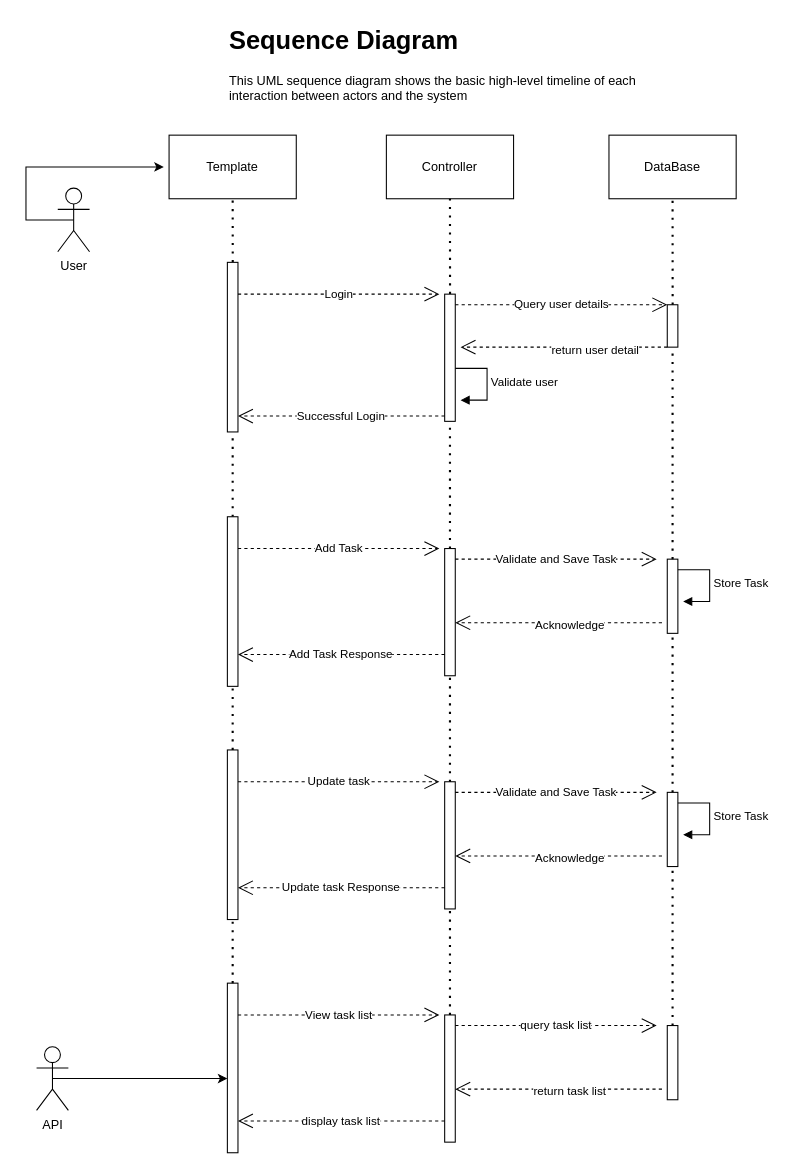
Earlier version of the draw.io diagram page "Sequence" (2 of 4) of TaskManager/Task_Manager.drawio (GwinzTV/SoftwareDesign). Source tidied: cells renumbered, new cells numbered last; positions are measured from the earlier drawing's top-left corner, leaving out a move shared by most shapes. Both pictures are drawn from the tidied source at 106%, with x=0, y=0 at pixel (25, 18).
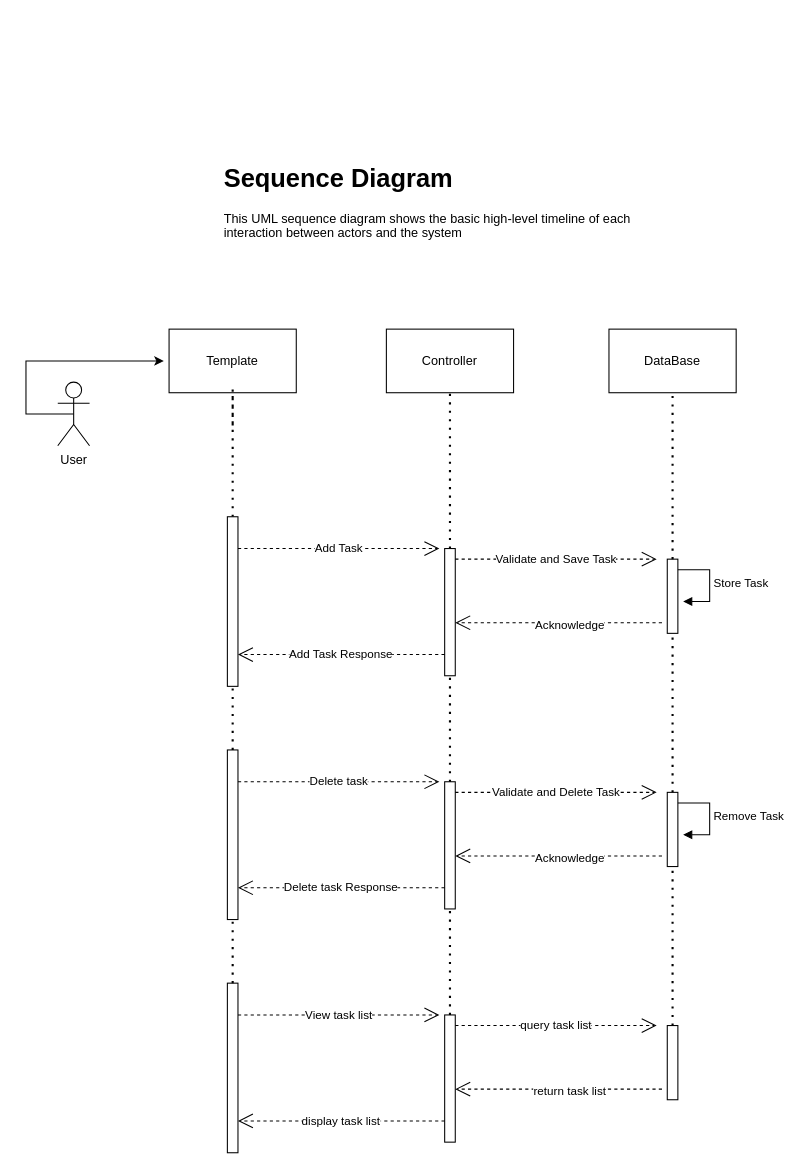
After the change.

The change refers to these unchanged cells:
```xml
<mxCell id="21" style="html=1;points=[[0,0,0,0,5],[0,1,0,0,-5],[1,0,0,0,5],[1,1,0,0,-5]];perimeter=orthogonalPerimeter;outlineConnect=0;targetShapes=umlLifeline;portConstraint=eastwest;newEdgeStyle={&quot;curved&quot;:0,&quot;rounded&quot;:0};" parent="1" vertex="1">
  <mxGeometry x="190" y="470" width="10" height="160" as="geometry" />
</mxCell>
<mxCell id="23" style="html=1;points=[[0,0,0,0,5],[0,1,0,0,-5],[1,0,0,0,5],[1,1,0,0,-5]];perimeter=orthogonalPerimeter;outlineConnect=0;targetShapes=umlLifeline;portConstraint=eastwest;newEdgeStyle={&quot;curved&quot;:0,&quot;rounded&quot;:0};" parent="1" vertex="1">
  <mxGeometry x="395" y="500" width="10" height="120" as="geometry" />
</mxCell>
<mxCell id="25" style="html=1;points=[[0,0,0,0,5],[0,1,0,0,-5],[1,0,0,0,5],[1,1,0,0,-5]];perimeter=orthogonalPerimeter;outlineConnect=0;targetShapes=umlLifeline;portConstraint=eastwest;newEdgeStyle={&quot;curved&quot;:0,&quot;rounded&quot;:0};" parent="1" vertex="1">
  <mxGeometry x="605" y="510" width="10" height="70" as="geometry" />
</mxCell>
<mxCell id="32" style="html=1;points=[[0,0,0,0,5],[0,1,0,0,-5],[1,0,0,0,5],[1,1,0,0,-5]];perimeter=orthogonalPerimeter;outlineConnect=0;targetShapes=umlLifeline;portConstraint=eastwest;newEdgeStyle={&quot;curved&quot;:0,&quot;rounded&quot;:0};" parent="1" vertex="1">
  <mxGeometry x="190" y="690" width="10" height="160" as="geometry" />
</mxCell>
<mxCell id="44" style="html=1;points=[[0,0,0,0,5],[0,1,0,0,-5],[1,0,0,0,5],[1,1,0,0,-5]];perimeter=orthogonalPerimeter;outlineConnect=0;targetShapes=umlLifeline;portConstraint=eastwest;newEdgeStyle={&quot;curved&quot;:0,&quot;rounded&quot;:0};" parent="1" vertex="1">
  <mxGeometry x="190" y="910" width="10" height="160" as="geometry" />
</mxCell>
```

The edit, as a diff of the source:
```diff
@@
-    <mxCell id="2" style="html=1;points=[[0,0,0,0,5],[0,1,0,0,-5],[1,0,0,0,5],[1,1,0,0,-5]];perimeter=orthogonalPerimeter;outlineConnect=0;targetShapes=umlLifeline;portConstraint=eastwest;newEdgeStyle={&quot;curved&quot;:0,&quot;rounded&quot;:0};" parent="1" vertex="1">
-      <mxGeometry x="190" y="230" width="10" height="160" as="geometry" />
-    </mxCell>
     <mxCell id="3" value="&lt;h1 style=&quot;margin-top: 0px;&quot;&gt;Sequence Diagram&lt;/h1&gt;&lt;p&gt;This UML sequence diagram shows the basic high-level timeline of each interaction between actors and the system&lt;/p&gt;" style="text;html=1;whiteSpace=wrap;overflow=hidden;rounded=0;" parent="1" vertex="1">
-      <mxGeometry x="190" width="430" height="80" as="geometry" />
+      <mxGeometry x="185" y="130" width="430" height="80" as="geometry" />
     </mxCell>
     <mxCell id="4" value="Template" style="rounded=0;whiteSpace=wrap;html=1;" parent="1" vertex="1">
-      <mxGeometry x="135" y="110" width="120" height="60" as="geometry" />
+      <mxGeometry x="135" y="293" width="120" height="60" as="geometry" />
     </mxCell>
-    <mxCell id="5" style="endArrow=none;dashed=1;html=1;dashPattern=1 3;strokeWidth=2;rounded=0;entryX=0.5;entryY=1;entryDx=0;entryDy=0;exitX=0.507;exitY=-0.002;exitDx=0;exitDy=0;exitPerimeter=0;" parent="1" edge="1" source="2" target="4">
-      <mxGeometry relative="1" as="geometry" />
-    </mxCell>
-    <mxCell id="6" style="html=1;points=[[0,0,0,0,5],[0,1,0,0,-5],[1,0,0,0,5],[1,1,0,0,-5]];perimeter=orthogonalPerimeter;outlineConnect=0;targetShapes=umlLifeline;portConstraint=eastwest;newEdgeStyle={&quot;curved&quot;:0,&quot;rounded&quot;:0};" parent="1" vertex="1">
-      <mxGeometry x="395" y="260" width="10" height="120" as="geometry" />
-    </mxCell>
     <mxCell id="7" value="Controller" style="rounded=0;whiteSpace=wrap;html=1;" parent="1" vertex="1">
-      <mxGeometry x="340" y="110" width="120" height="60" as="geometry" />
+      <mxGeometry x="340" y="293" width="120" height="60" as="geometry" />
     </mxCell>
-    <mxCell id="8" style="endArrow=none;dashed=1;html=1;dashPattern=1 3;strokeWidth=2;rounded=0;entryX=0.5;entryY=1;entryDx=0;entryDy=0;exitX=0.507;exitY=-0.002;exitDx=0;exitDy=0;exitPerimeter=0;" parent="1" edge="1" source="6" target="7">
-      <mxGeometry relative="1" as="geometry" />
-    </mxCell>
-    <mxCell id="9" style="html=1;points=[[0,0,0,0,5],[0,1,0,0,-5],[1,0,0,0,5],[1,1,0,0,-5]];perimeter=orthogonalPerimeter;outlineConnect=0;targetShapes=umlLifeline;portConstraint=eastwest;newEdgeStyle={&quot;curved&quot;:0,&quot;rounded&quot;:0};" parent="1" vertex="1">
-      <mxGeometry x="605" y="270" width="10" height="40" as="geometry" />
-    </mxCell>
     <mxCell id="10" value="DataBase" style="rounded=0;whiteSpace=wrap;html=1;" parent="1" vertex="1">
-      <mxGeometry x="550" y="110" width="120" height="60" as="geometry" />
+      <mxGeometry x="550" y="293" width="120" height="60" as="geometry" />
     </mxCell>
-    <mxCell id="11" style="endArrow=none;dashed=1;html=1;dashPattern=1 3;strokeWidth=2;rounded=0;entryX=0.5;entryY=1;entryDx=0;entryDy=0;exitX=0.507;exitY=-0.002;exitDx=0;exitDy=0;exitPerimeter=0;" parent="1" edge="1" source="9" target="10">
-      <mxGeometry relative="1" as="geometry" />
-    </mxCell>
     <mxCell id="12" style="edgeStyle=orthogonalEdgeStyle;rounded=0;jettySize=auto;html=1;exitX=0.5;exitY=0.5;exitDx=0;exitDy=0;exitPerimeter=0;" parent="1" edge="1" source="13">
       <mxGeometry relative="1" as="geometry">
-        <mxPoint x="130" y="140" as="targetPoint" />
+        <mxPoint x="130" y="323" as="targetPoint" />
         <Array as="points">
-          <mxPoint y="190" />
-          <mxPoint y="140" />
+          <mxPoint y="373" />
+          <mxPoint y="323" />
         </Array>
       </mxGeometry>
     </mxCell>
     <mxCell id="13" value="User" style="shape=umlActor;verticalLabelPosition=bottom;verticalAlign=top;html=1;outlineConnect=0;" parent="1" vertex="1">
-      <mxGeometry x="30" y="160" width="30" height="60" as="geometry" />
+      <mxGeometry x="30" y="343" width="30" height="60" as="geometry" />
     </mxCell>
-    <mxCell id="14" value="Login" style="endArrow=open;endSize=12;dashed=1;html=1;rounded=0;" parent="1" edge="1">
-      <mxGeometry relative="1" as="geometry">
-        <mxPoint x="200" y="260" as="sourcePoint" />
-        <mxPoint x="390" y="260" as="targetPoint" />
-      </mxGeometry>
-    </mxCell>
-    <mxCell id="15" value="Query user details" style="endArrow=open;endSize=12;dashed=1;html=1;rounded=0;" parent="1" edge="1" target="9">
-      <mxGeometry relative="1" as="geometry">
-        <mxPoint x="405" y="270" as="sourcePoint" />
-      </mxGeometry>
-    </mxCell>
-    <mxCell id="16" style="endArrow=open;endSize=12;dashed=1;html=1;rounded=0;" parent="1" edge="1" source="9">
-      <mxGeometry relative="1" as="geometry">
-        <mxPoint x="410" y="310" as="targetPoint" />
-      </mxGeometry>
-    </mxCell>
-    <mxCell id="17" value="return user detail" style="edgeLabel;html=1;align=center;verticalAlign=middle;" parent="16" vertex="1">
-      <mxGeometry x="-0.29" y="2" relative="1" as="geometry" />
-    </mxCell>
-    <mxCell id="18" value="Validate user" style="html=1;align=left;spacingLeft=2;endArrow=block;rounded=0;edgeStyle=orthogonalEdgeStyle;curved=0;rounded=0;" parent="1" edge="1">
-      <mxGeometry relative="1" as="geometry">
-        <mxPoint x="405" y="330" as="sourcePoint" />
-        <mxPoint x="410" y="360" as="targetPoint" />
-        <Array as="points">
-          <mxPoint x="435" y="360" />
-        </Array>
-      </mxGeometry>
-    </mxCell>
-    <mxCell id="19" value="Successful Login" style="endArrow=open;endSize=12;dashed=1;html=1;rounded=0;exitX=0;exitY=1;exitDx=0;exitDy=-5;exitPerimeter=0;" parent="1" edge="1" source="6" target="2">
-      <mxGeometry relative="1" as="geometry" />
-    </mxCell>
-    <mxCell id="20" style="endArrow=none;dashed=1;html=1;dashPattern=1 3;strokeWidth=2;rounded=0;" parent="1" edge="1" source="21" target="2">
-      <mxGeometry relative="1" as="geometry" />
+    <mxCell id="20" style="endArrow=none;dashed=1;html=1;dashPattern=1 3;strokeWidth=2;rounded=0;" parent="1" edge="1" source="21">
+      <mxGeometry relative="1" as="geometry">
+        <mxPoint x="195" y="390" as="targetPoint" />
+        <Array as="points">
+          <mxPoint x="195" y="350" />
+        </Array>
+      </mxGeometry>
     </mxCell>
@@
-    <mxCell id="24" style="endArrow=none;dashed=1;html=1;dashPattern=1 3;strokeWidth=2;rounded=0;" parent="1" edge="1" source="23" target="6">
-      <mxGeometry relative="1" as="geometry" />
+    <mxCell id="24" style="endArrow=none;dashed=1;html=1;dashPattern=1 3;strokeWidth=2;rounded=0;" parent="1" edge="1" source="23">
+      <mxGeometry relative="1" as="geometry">
+        <mxPoint x="400" y="350" as="targetPoint" />
+      </mxGeometry>
     </mxCell>
@@
-    <mxCell id="26" style="endArrow=none;dashed=1;html=1;dashPattern=1 3;strokeWidth=2;rounded=0;" parent="1" edge="1" source="25" target="9">
-      <mxGeometry relative="1" as="geometry" />
+    <mxCell id="26" style="endArrow=none;dashed=1;html=1;dashPattern=1 3;strokeWidth=2;rounded=0;" parent="1" edge="1" source="25">
+      <mxGeometry relative="1" as="geometry">
+        <mxPoint x="610" y="350" as="targetPoint" />
+      </mxGeometry>
     </mxCell>
@@
-    <mxCell id="33" value="Update task" style="endArrow=open;endSize=12;dashed=1;html=1;rounded=0;" parent="1" edge="1" source="32">
+    <mxCell id="33" value="Delete task" style="endArrow=open;endSize=12;dashed=1;html=1;rounded=0;" parent="1" edge="1" source="32">
       <mxGeometry relative="1" as="geometry">
         <mxPoint x="390" y="720" as="targetPoint" />
       </mxGeometry>
     </mxCell>
@@
-    <mxCell id="36" value="Validate and Save Task" style="endArrow=open;endSize=12;dashed=1;html=1;rounded=0;" parent="1" edge="1">
+    <mxCell id="36" value="Validate and Delete Task" style="endArrow=open;endSize=12;dashed=1;html=1;rounded=0;" parent="1" edge="1">
       <mxGeometry relative="1" as="geometry">
         <mxPoint x="405" y="730" as="sourcePoint" />
         <mxPoint x="595" y="730" as="targetPoint" />
       </mxGeometry>
     </mxCell>
-    <mxCell id="37" value="Store Task" style="html=1;align=left;spacingLeft=2;endArrow=block;rounded=0;edgeStyle=orthogonalEdgeStyle;curved=0;rounded=0;" parent="1" edge="1">
+    <mxCell id="37" value="Remove Task" style="html=1;align=left;spacingLeft=2;endArrow=block;rounded=0;edgeStyle=orthogonalEdgeStyle;curved=0;rounded=0;" parent="1" edge="1">
       <mxGeometry relative="1" as="geometry">
         <mxPoint x="615" y="740" as="sourcePoint" />
         <mxPoint x="620" y="770" as="targetPoint" />
         <Array as="points">
           <mxPoint x="645" y="770" />
         </Array>
       </mxGeometry>
     </mxCell>
@@
-    <mxCell id="40" value="Update task Response" style="endArrow=open;endSize=12;dashed=1;html=1;rounded=0;exitX=0;exitY=1;exitDx=0;exitDy=-5;exitPerimeter=0;" parent="1" edge="1">
+    <mxCell id="40" value="Delete task Response" style="endArrow=open;endSize=12;dashed=1;html=1;rounded=0;exitX=0;exitY=1;exitDx=0;exitDy=-5;exitPerimeter=0;" parent="1" edge="1">
       <mxGeometry relative="1" as="geometry">
         <mxPoint x="395" y="820" as="sourcePoint" />
         <mxPoint x="200" y="820" as="targetPoint" />
       </mxGeometry>
     </mxCell>
@@
-    <mxCell id="55" value="API" style="shape=umlActor;verticalLabelPosition=bottom;verticalAlign=top;html=1;outlineConnect=0;" parent="1" vertex="1">
-      <mxGeometry x="10" y="970" width="30" height="60" as="geometry" />
-    </mxCell>
-    <mxCell id="56" style="endArrow=classic;html=1;rounded=0;exitX=0.5;exitY=0.5;exitDx=0;exitDy=0;exitPerimeter=0;" parent="1" edge="1" source="55" target="44">
-      <mxGeometry relative="1" as="geometry" />
-    </mxCell>
```
